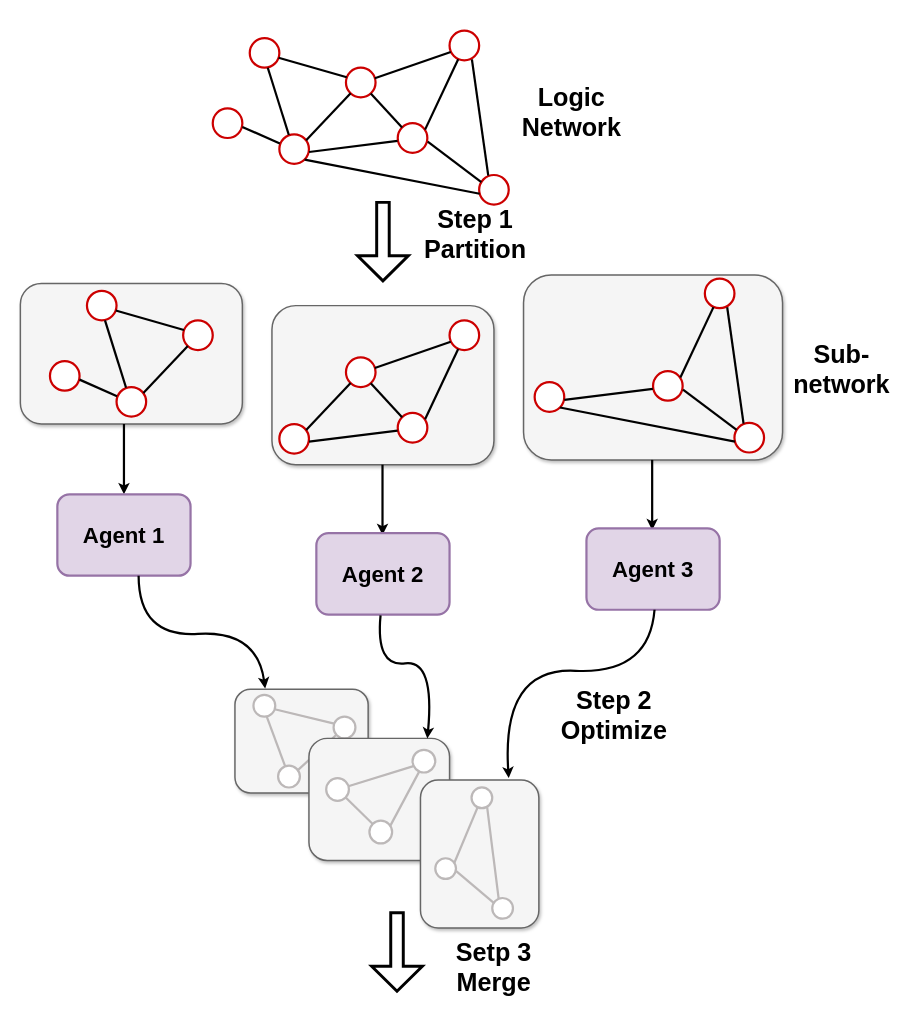
Before: explorationEngine.drawio in kxzhu0505/LogicSynOpt, a draw.io diagram. Source tidied: cells renumbered, new cells numbered last; positions are measured from the earlier drawing's top-left corner, leaving out a move shared by most shapes. Both pictures are drawn from the tidied source at 74%, with x=0, y=0 at pixel (20, 30).
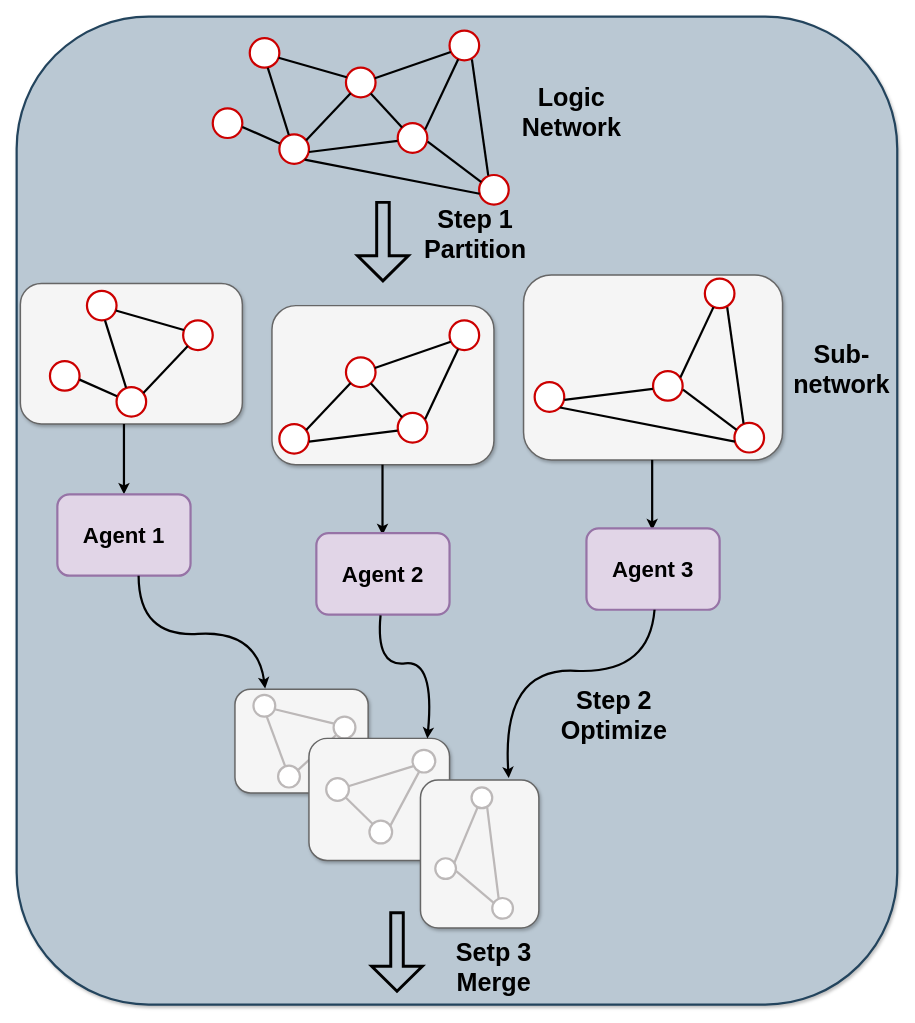
The same diagram, later.

Diff of the diagram source:
```diff
@@
+    <mxCell id="88" style="rounded=1;whiteSpace=wrap;html=1;strokeWidth=3;shadow=1;fillColor=#bac8d3;strokeColor=#23445d;" parent="1" vertex="1">
+      <mxGeometry x="-5" y="-19" width="1190" height="1335" as="geometry" />
+    </mxCell>
```
